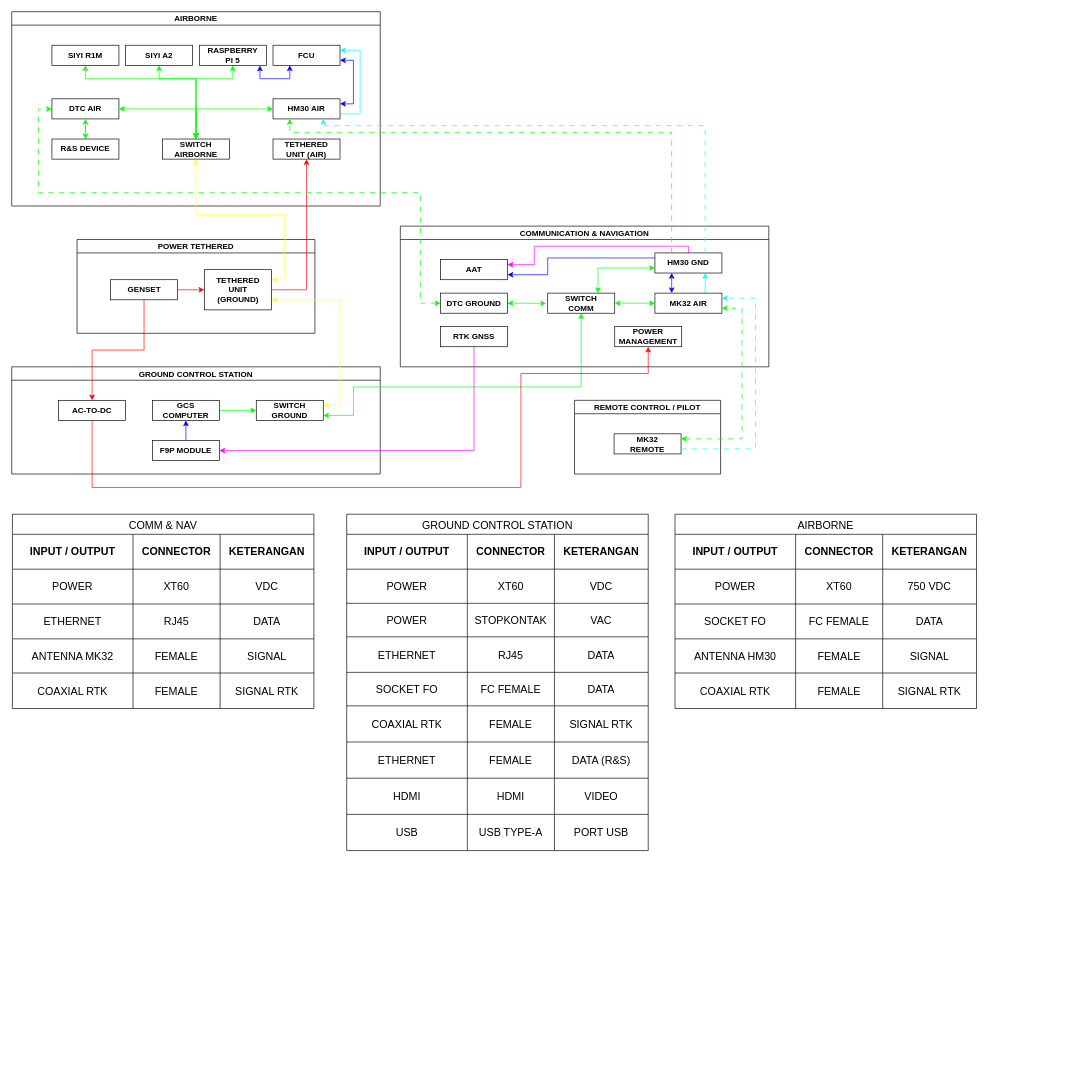
Above: Block Diagram DF.drawio in BagaszPraa/Kumpulan-Tutorial (draw.io), before the change. Source tidied: cells renumbered, new cells numbered last; positions are measured from the earlier drawing's top-left corner, leaving out a move shared by most shapes. Both pictures are drawn from the tidied source at 67%, with x=0, y=0 at pixel (11, 11).
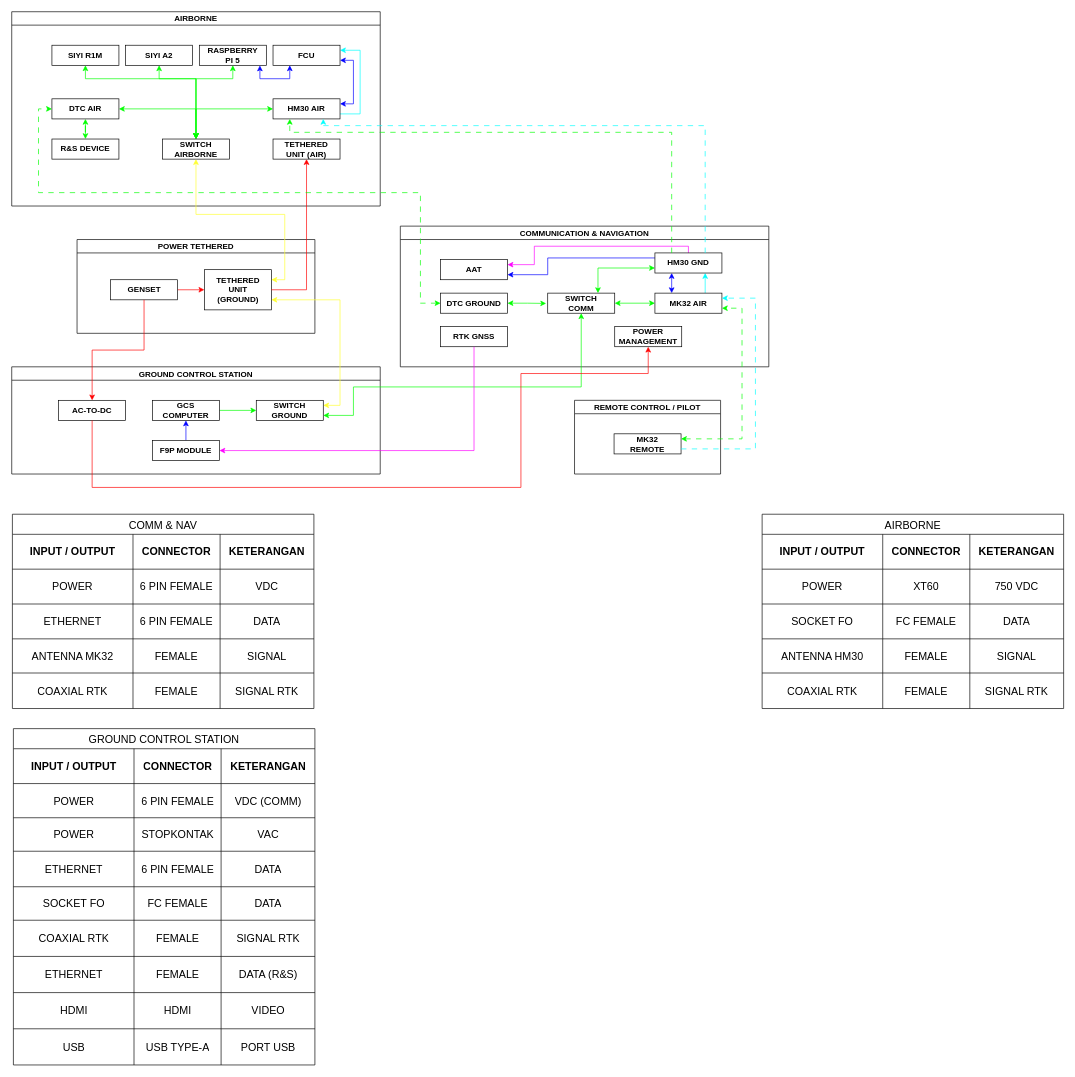
The same page after the edit.

Unchanged cells that the change refers to:
```xml
<mxCell id="66" style="shape=tableRow;horizontal=0;startSize=0;swimlaneHead=0;swimlaneBody=0;strokeColor=inherit;top=0;left=0;bottom=0;right=0;fillColor=none;fontSize=16;" parent="61" vertex="1">
  <mxGeometry y="82" width="450" height="52" as="geometry" />
</mxCell>
<mxCell id="70" style="shape=tableRow;horizontal=0;startSize=0;swimlaneHead=0;swimlaneBody=0;strokeColor=inherit;top=0;left=0;bottom=0;right=0;fillColor=none;fontSize=16;" parent="61" vertex="1">
  <mxGeometry y="134" width="450" height="52" as="geometry" />
</mxCell>
<mxCell id="87" style="shape=tableRow;horizontal=0;startSize=0;swimlaneHead=0;swimlaneBody=0;strokeColor=inherit;top=0;left=0;bottom=0;right=0;fillColor=none;fontSize=16;" parent="82" vertex="1">
  <mxGeometry y="82" width="450" height="51" as="geometry" />
</mxCell>
<mxCell id="95" style="shape=tableRow;horizontal=0;startSize=0;swimlaneHead=0;swimlaneBody=0;strokeColor=inherit;top=0;left=0;bottom=0;right=0;fillColor=none;fontSize=16;" parent="82" vertex="1">
  <mxGeometry y="183" width="450" height="53" as="geometry" />
</mxCell>
```

Diff of the diagram source:
```diff
@@
-    <mxCell id="68" value="XT60" style="shape=partialRectangle;html=1;whiteSpace=wrap;strokeColor=inherit;overflow=hidden;fillColor=none;top=0;left=0;bottom=0;right=0;fontSize=16;" parent="66" vertex="1">
+    <mxCell id="68" value="6 PIN FEMALE" style="shape=partialRectangle;html=1;whiteSpace=wrap;strokeColor=inherit;overflow=hidden;fillColor=none;top=0;left=0;bottom=0;right=0;fontSize=16;" parent="66" vertex="1">
       <mxGeometry x="180" width="130" height="52" as="geometry" />
     </mxCell>
@@
-    <mxCell id="72" value="RJ45" style="shape=partialRectangle;html=1;whiteSpace=wrap;strokeColor=inherit;overflow=hidden;fillColor=none;top=0;left=0;bottom=0;right=0;fontSize=16;" parent="70" vertex="1">
+    <mxCell id="72" value="6 PIN FEMALE" style="shape=partialRectangle;html=1;whiteSpace=wrap;strokeColor=inherit;overflow=hidden;fillColor=none;top=0;left=0;bottom=0;right=0;fontSize=16;" parent="70" vertex="1">
       <mxGeometry x="180" width="130" height="52" as="geometry" />
     </mxCell>
@@
     <mxCell id="82" value="GROUND CONTROL STATION" style="shape=table;startSize=30;childLayout=tableLayout;strokeColor=default;fontSize=16;" parent="1" vertex="1">
-      <mxGeometry x="500" y="750" width="450" height="502" as="geometry" />
+      <mxGeometry x="2.5" y="1070" width="450" height="502" as="geometry" />
     </mxCell>
@@
-    <mxCell id="89" value="XT60" style="shape=partialRectangle;html=1;whiteSpace=wrap;strokeColor=inherit;overflow=hidden;fillColor=none;top=0;left=0;bottom=0;right=0;fontSize=16;" parent="87" vertex="1">
+    <mxCell id="89" value="6 PIN FEMALE" style="shape=partialRectangle;html=1;whiteSpace=wrap;strokeColor=inherit;overflow=hidden;fillColor=none;top=0;left=0;bottom=0;right=0;fontSize=16;" parent="87" vertex="1">
       <mxGeometry x="180" width="130" height="51" as="geometry" />
     </mxCell>
-    <mxCell id="90" value="VDC" style="shape=partialRectangle;html=1;whiteSpace=wrap;strokeColor=inherit;overflow=hidden;fillColor=none;top=0;left=0;bottom=0;right=0;fontSize=16;" parent="87" vertex="1">
+    <mxCell id="90" value="VDC (COMM)" style="shape=partialRectangle;html=1;whiteSpace=wrap;strokeColor=inherit;overflow=hidden;fillColor=none;top=0;left=0;bottom=0;right=0;fontSize=16;" parent="87" vertex="1">
       <mxGeometry x="310" width="140" height="51" as="geometry" />
     </mxCell>
@@
-    <mxCell id="97" value="RJ45" style="shape=partialRectangle;html=1;whiteSpace=wrap;strokeColor=inherit;overflow=hidden;fillColor=none;top=0;left=0;bottom=0;right=0;fontSize=16;" parent="95" vertex="1">
+    <mxCell id="97" value="6 PIN FEMALE" style="shape=partialRectangle;html=1;whiteSpace=wrap;strokeColor=inherit;overflow=hidden;fillColor=none;top=0;left=0;bottom=0;right=0;fontSize=16;" parent="95" vertex="1">
       <mxGeometry x="180" width="130" height="53" as="geometry" />
     </mxCell>
@@
     <mxCell id="119" value="AIRBORNE" style="shape=table;startSize=30;childLayout=tableLayout;strokeColor=default;fontSize=16;" parent="1" vertex="1">
-      <mxGeometry x="990" y="750" width="450" height="290" as="geometry" />
+      <mxGeometry x="1120" y="750" width="450" height="290" as="geometry" />
     </mxCell>
```
